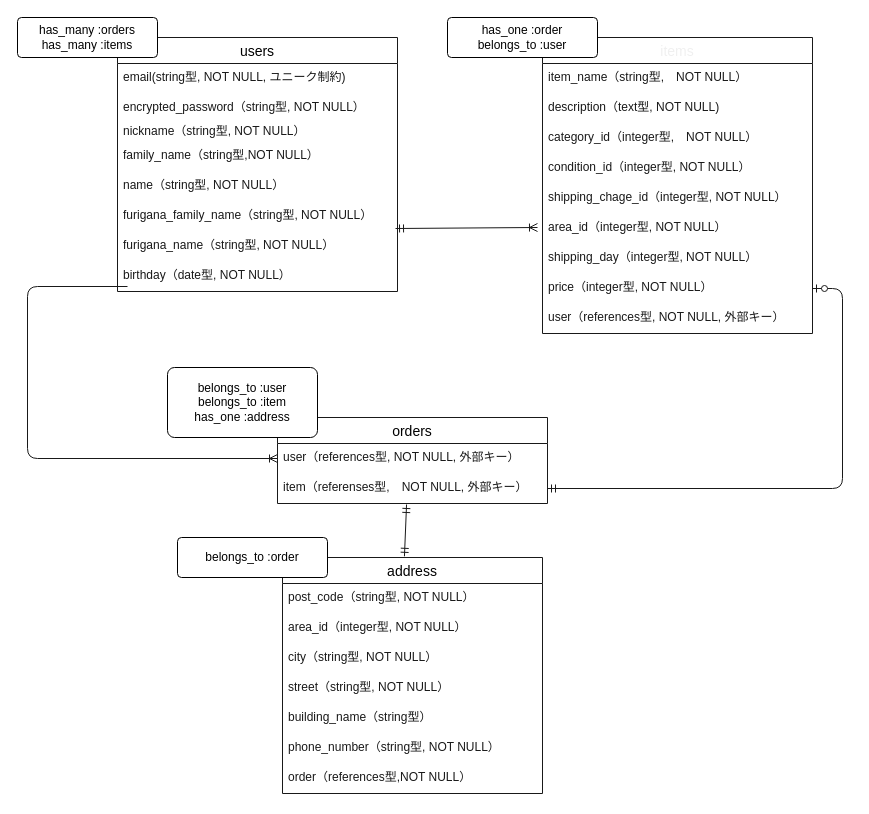
Before: ER.dio in motooga/furima-38955, a draw.io diagram. Source tidied: cells renumbered, new cells numbered last; positions are measured from the earlier drawing's top-left corner, leaving out a move shared by most shapes. Both pictures are drawn from the tidied source at 100%, with x=0, y=0 at pixel (17, 17).
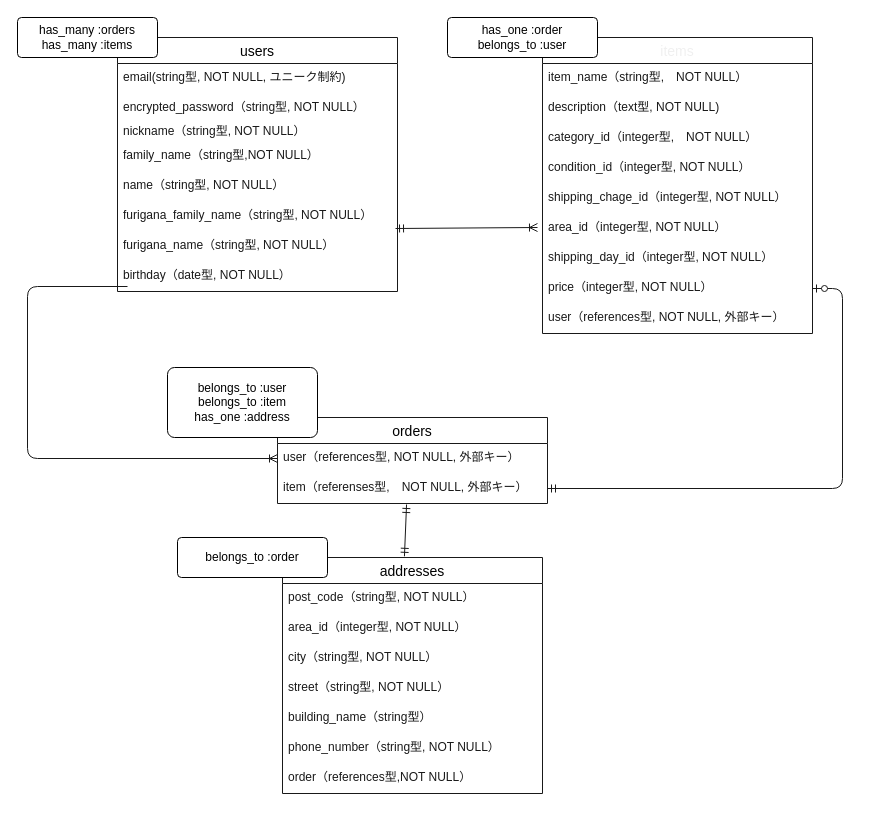
The same page after the edit.

The change refers to these unchanged cells:
```xml
<mxCell id="11" value="items" style="swimlane;fontStyle=0;horizontal=1;startSize=26;align=center;fontSize=14;fontColor=#F0F0F0;strokeColor=#191919;" parent="1" vertex="1">
  <mxGeometry x="525" y="20" width="270" height="296" as="geometry" />
</mxCell>
```

The edit, as a diff of the source:
```diff
@@
-    <mxCell id="18" value="shipping_day（integer型, NOT NULL）" style="text;strokeColor=none;fillColor=none;spacingLeft=4;spacingRight=4;overflow=hidden;fontSize=12;fontColor=#191919;" parent="11" vertex="1">
+    <mxCell id="18" value="shipping_day_id（integer型, NOT NULL）" style="text;strokeColor=none;fillColor=none;spacingLeft=4;spacingRight=4;overflow=hidden;fontSize=12;fontColor=#191919;" parent="11" vertex="1">
       <mxGeometry y="206" width="270" height="30" as="geometry" />
     </mxCell>
@@
-    <mxCell id="24" value="address" style="swimlane;fontStyle=0;horizontal=1;startSize=26;align=center;fontSize=14;strokeColor=#191919;" parent="1" vertex="1">
+    <mxCell id="24" value="addresses" style="swimlane;fontStyle=0;horizontal=1;startSize=26;align=center;fontSize=14;strokeColor=#191919;" parent="1" vertex="1">
       <mxGeometry x="265" y="540" width="260" height="236" as="geometry" />
     </mxCell>
```
